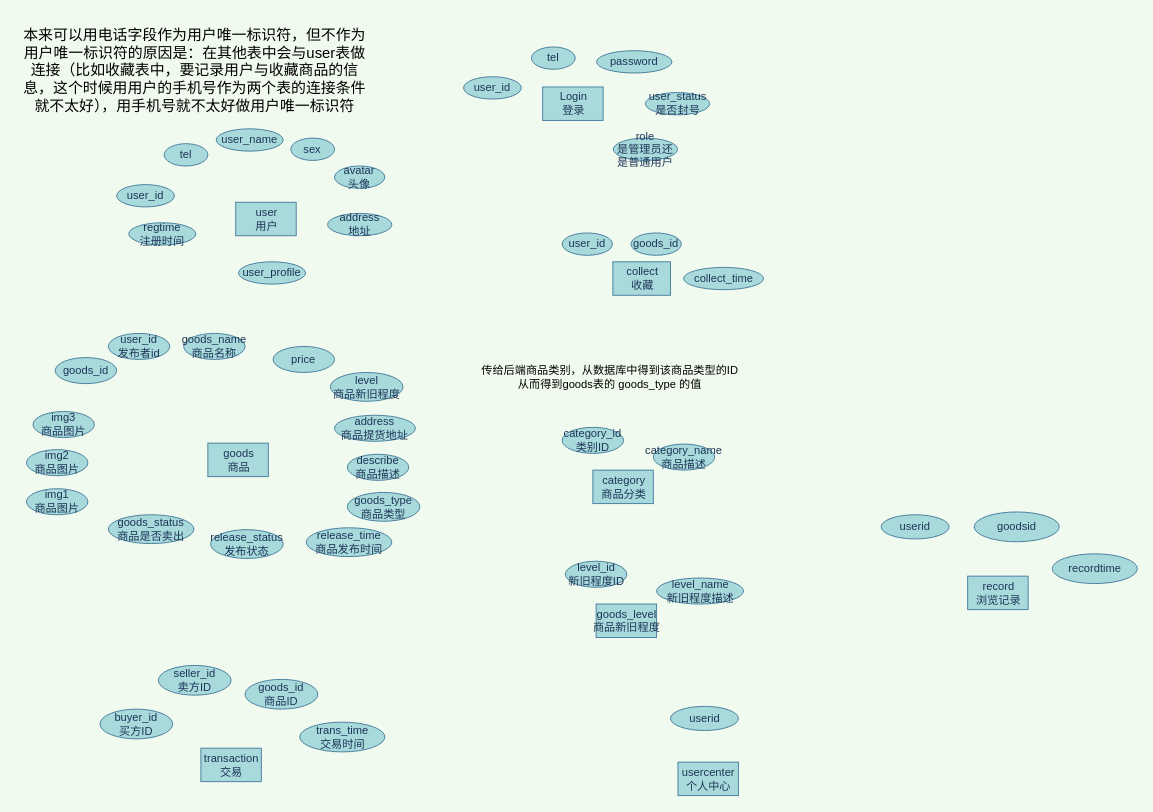
This is 跳蚤市场数据库ER图.drawio from 200928/image, a draw.io file, before an edit. Source tidied: cells renumbered, new cells numbered last; positions are measured from the earlier drawing's top-left corner, leaving out a move shared by most shapes. Both pictures are drawn from the tidied source at 93%, with x=0, y=0 at pixel (16, 16).
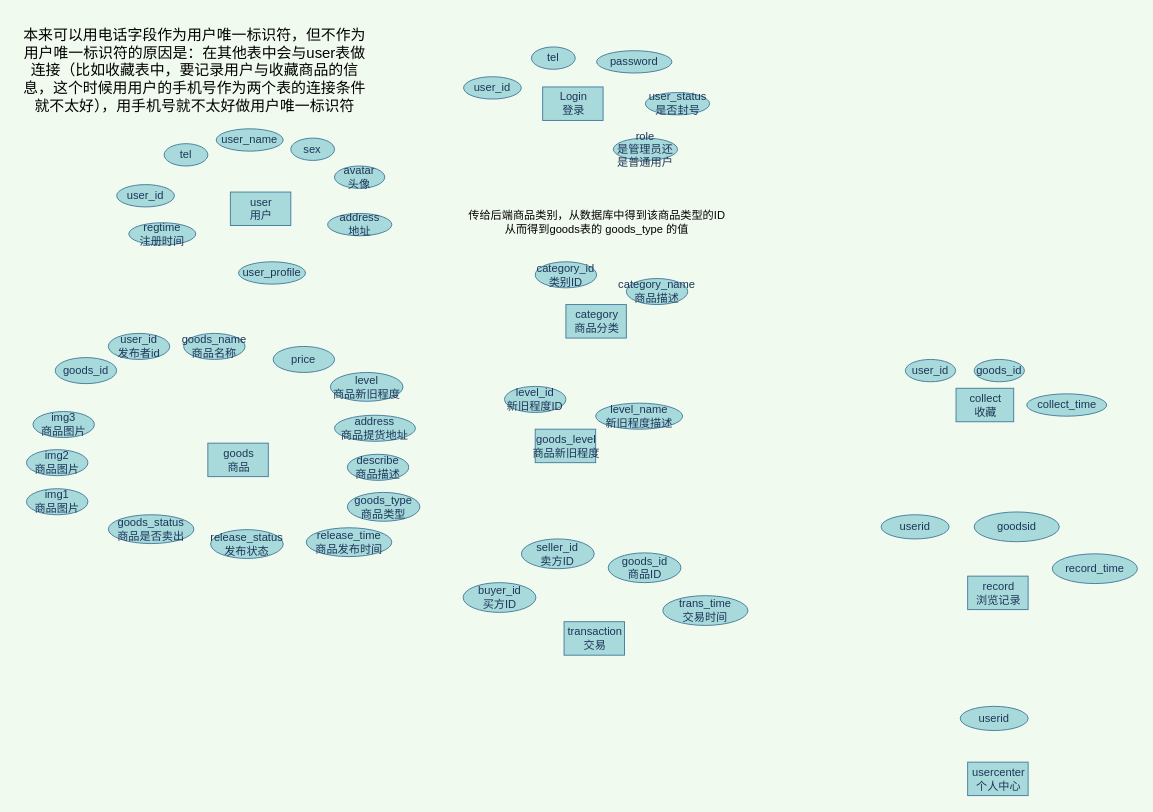
Above is the later version.

Commit message:
更新跳蚤市场数据库ER图.drawio

Diff of the diagram source:
```diff
@@
     <mxCell id="2" value="user&lt;br&gt;用户" style="html=1;fillColor=#A8DADC;strokeColor=#457B9D;fontColor=#1D3557;" parent="1" vertex="1">
-      <mxGeometry x="236" y="200" width="65" height="36" as="geometry" />
+      <mxGeometry x="230.2" y="189" width="65" height="36" as="geometry" />
     </mxCell>
     <mxCell id="3" value="collect&lt;br&gt;收藏" style="html=1;fillColor=#A8DADC;strokeColor=#457B9D;fontColor=#1D3557;" parent="1" vertex="1">
-      <mxGeometry x="641.5" y="264" width="62" height="36" as="geometry" />
+      <mxGeometry x="1010.5" y="400" width="62" height="36" as="geometry" />
     </mxCell>
@@
     <mxCell id="12" value="user_id" style="ellipse;whiteSpace=wrap;html=1;rounded=0;sketch=0;fontColor=#1D3557;strokeColor=#457B9D;fillColor=#A8DADC;" parent="1" vertex="1">
-      <mxGeometry x="587" y="233" width="54" height="24" as="geometry" />
+      <mxGeometry x="956" y="369" width="54" height="24" as="geometry" />
     </mxCell>
     <mxCell id="13" value="goods_id" style="ellipse;whiteSpace=wrap;html=1;rounded=0;sketch=0;fontColor=#1D3557;strokeColor=#457B9D;fillColor=#A8DADC;" parent="1" vertex="1">
-      <mxGeometry x="661" y="233" width="54" height="24" as="geometry" />
+      <mxGeometry x="1030" y="369" width="54" height="24" as="geometry" />
     </mxCell>
     <mxCell id="14" value="collect_time" style="ellipse;whiteSpace=wrap;html=1;rounded=0;sketch=0;fontColor=#1D3557;strokeColor=#457B9D;fillColor=#A8DADC;" parent="1" vertex="1">
-      <mxGeometry x="717.5" y="270" width="86" height="24" as="geometry" />
+      <mxGeometry x="1086.5" y="406" width="86" height="24" as="geometry" />
     </mxCell>
@@
     <mxCell id="23" value="transaction&lt;br&gt;交易" style="html=1;fillColor=#A8DADC;strokeColor=#457B9D;fontColor=#1D3557;" parent="1" vertex="1">
-      <mxGeometry x="198.5" y="787" width="65" height="36" as="geometry" />
+      <mxGeometry x="589" y="651" width="65" height="36" as="geometry" />
     </mxCell>
@@
     <mxCell id="25" value="trans_time&lt;br&gt;交易时间" style="ellipse;whiteSpace=wrap;html=1;rounded=0;sketch=0;fontColor=#1D3557;strokeColor=#457B9D;fillColor=#A8DADC;" parent="1" vertex="1">
-      <mxGeometry x="304.8" y="759" width="91.5" height="32" as="geometry" />
+      <mxGeometry x="695.2" y="623" width="91.5" height="32" as="geometry" />
     </mxCell>
     <mxCell id="26" value="goods_id&lt;br&gt;商品ID" style="ellipse;whiteSpace=wrap;html=1;rounded=0;sketch=0;fontColor=#1D3557;strokeColor=#457B9D;fillColor=#A8DADC;" parent="1" vertex="1">
-      <mxGeometry x="246" y="713" width="78.2" height="32" as="geometry" />
+      <mxGeometry x="636.5" y="577" width="78.2" height="32" as="geometry" />
     </mxCell>
     <mxCell id="27" value="buyer_id&lt;br&gt;买方ID" style="ellipse;whiteSpace=wrap;html=1;rounded=0;sketch=0;fontColor=#1D3557;strokeColor=#457B9D;fillColor=#A8DADC;" parent="1" vertex="1">
-      <mxGeometry x="90" y="745" width="78.2" height="32" as="geometry" />
+      <mxGeometry x="480.5" y="609" width="78.2" height="32" as="geometry" />
     </mxCell>
     <mxCell id="28" value="seller_id&lt;br&gt;卖方ID" style="ellipse;whiteSpace=wrap;html=1;rounded=0;sketch=0;fontColor=#1D3557;strokeColor=#457B9D;fillColor=#A8DADC;" parent="1" vertex="1">
-      <mxGeometry x="152.8" y="698" width="78.2" height="32" as="geometry" />
+      <mxGeometry x="543.2" y="562" width="78.2" height="32" as="geometry" />
     </mxCell>
@@
-    <mxCell id="31" value="recordtime" style="ellipse;whiteSpace=wrap;html=1;rounded=0;sketch=0;fontColor=#1D3557;strokeColor=#457B9D;fillColor=#A8DADC;" parent="1" vertex="1">
+    <mxCell id="31" value="record_time" style="ellipse;whiteSpace=wrap;html=1;rounded=0;sketch=0;fontColor=#1D3557;strokeColor=#457B9D;fillColor=#A8DADC;" parent="1" vertex="1">
       <mxGeometry x="1114" y="578" width="91.5" height="32" as="geometry" />
     </mxCell>
     <mxCell id="32" value="usercenter&lt;br&gt;个人中心" style="html=1;fillColor=#A8DADC;strokeColor=#457B9D;fontColor=#1D3557;" parent="1" vertex="1">
-      <mxGeometry x="711.5" y="802" width="65" height="36" as="geometry" />
+      <mxGeometry x="1023" y="802" width="65" height="36" as="geometry" />
     </mxCell>
     <mxCell id="33" value="userid" style="ellipse;whiteSpace=wrap;html=1;rounded=0;sketch=0;fontColor=#1D3557;strokeColor=#457B9D;fillColor=#A8DADC;" parent="1" vertex="1">
-      <mxGeometry x="703.5" y="742" width="73" height="26" as="geometry" />
+      <mxGeometry x="1015" y="742" width="73" height="26" as="geometry" />
     </mxCell>
@@
     <mxCell id="43" value="category&lt;br&gt;商品分类" style="html=1;fillColor=#A8DADC;strokeColor=#457B9D;fontColor=#1D3557;" parent="1" vertex="1">
-      <mxGeometry x="620" y="488" width="65" height="36" as="geometry" />
+      <mxGeometry x="591" y="310" width="65" height="36" as="geometry" />
     </mxCell>
     <mxCell id="44" value="category_name&lt;br&gt;商品描述" style="ellipse;whiteSpace=wrap;html=1;rounded=0;sketch=0;fontColor=#1D3557;strokeColor=#457B9D;fillColor=#A8DADC;" parent="1" vertex="1">
-      <mxGeometry x="685" y="460" width="66" height="28" as="geometry" />
+      <mxGeometry x="656" y="282" width="66" height="28" as="geometry" />
     </mxCell>
     <mxCell id="45" value="category_id&lt;br&gt;类别ID" style="ellipse;whiteSpace=wrap;html=1;rounded=0;sketch=0;fontColor=#1D3557;strokeColor=#457B9D;fillColor=#A8DADC;" parent="1" vertex="1">
-      <mxGeometry x="587" y="442" width="66" height="28" as="geometry" />
+      <mxGeometry x="558" y="264" width="66" height="28" as="geometry" />
     </mxCell>
@@
     <mxCell id="51" value="传给后端商品类别，从数据库中得到该商品类型的ID&lt;br&gt;从而得到goods表的 goods_type 的值" style="text;html=1;align=center;verticalAlign=middle;strokeColor=none;fillColor=none;" parent="1" vertex="1">
-      <mxGeometry x="495" y="372" width="286" height="32" as="geometry" />
+      <mxGeometry x="480.5" y="205" width="286" height="32" as="geometry" />
     </mxCell>
     <mxCell id="52" value="goods_level&lt;br&gt;商品新旧程度" style="html=1;fillColor=#A8DADC;strokeColor=#457B9D;fontColor=#1D3557;" parent="1" vertex="1">
-      <mxGeometry x="623.5" y="632" width="65" height="36" as="geometry" />
+      <mxGeometry x="558" y="444" width="65" height="36" as="geometry" />
     </mxCell>
     <mxCell id="53" value="level_name&lt;br&gt;新旧程度描述" style="ellipse;whiteSpace=wrap;html=1;rounded=0;sketch=0;fontColor=#1D3557;strokeColor=#457B9D;fillColor=#A8DADC;" parent="1" vertex="1">
-      <mxGeometry x="688.5" y="604" width="93.5" height="28" as="geometry" />
+      <mxGeometry x="623" y="416" width="93.5" height="28" as="geometry" />
     </mxCell>
     <mxCell id="54" value="level_id&lt;br&gt;新旧程度ID" style="ellipse;whiteSpace=wrap;html=1;rounded=0;sketch=0;fontColor=#1D3557;strokeColor=#457B9D;fillColor=#A8DADC;" parent="1" vertex="1">
-      <mxGeometry x="590.5" y="586" width="66" height="28" as="geometry" />
+      <mxGeometry x="525" y="398" width="66" height="28" as="geometry" />
     </mxCell>
```
